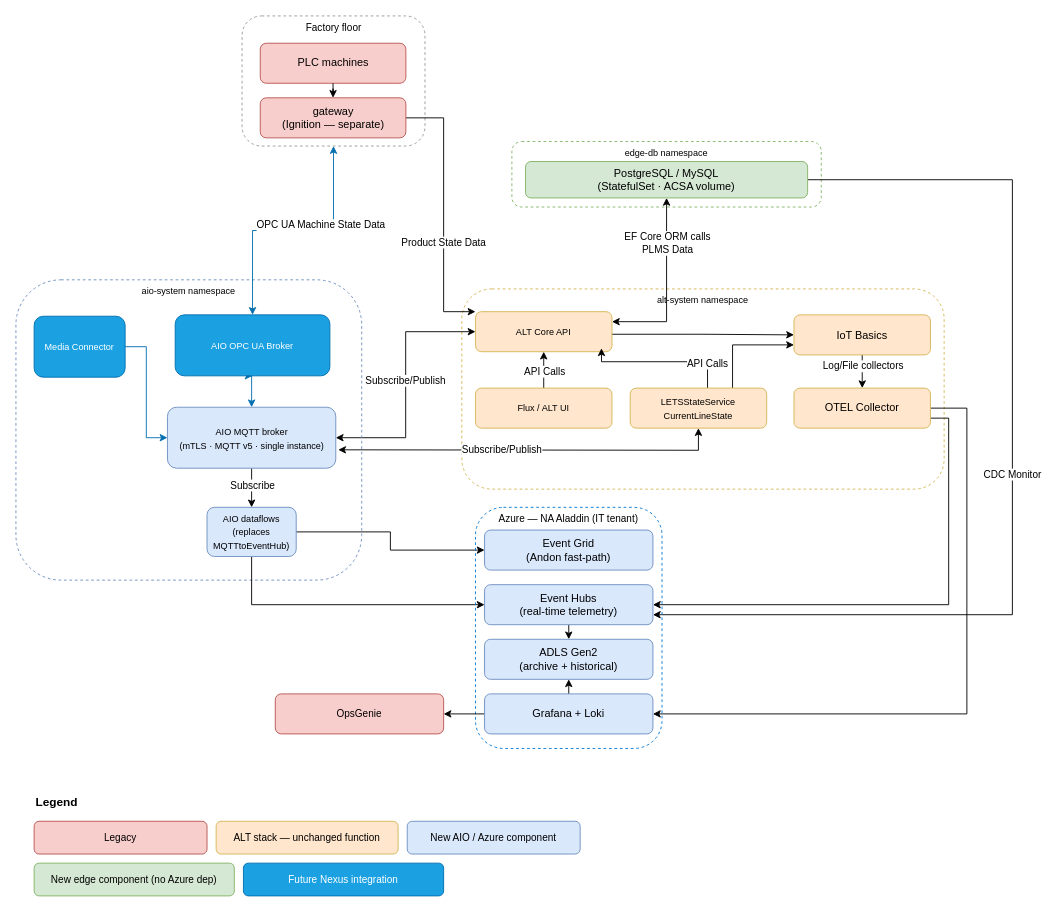
Before: page "Dataflow" (2 of 5) of aio/AIO.drawio in avinashr-insight/manufacturing-iot, a draw.io diagram. Source tidied: cells renumbered, new cells numbered last; positions are measured from the earlier drawing's top-left corner, leaving out a move shared by most shapes. Both pictures are drawn from the tidied source at 91%, with x=0, y=0 at pixel (15, 15).
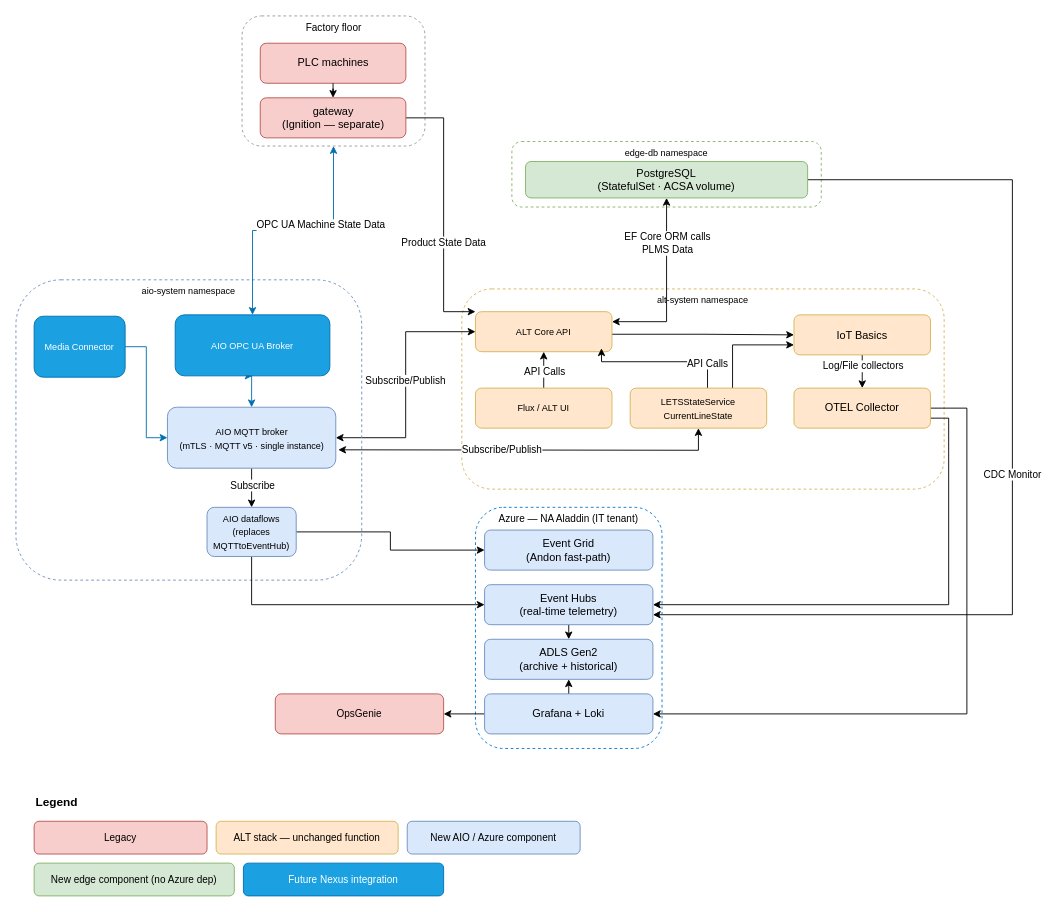
The same page after the edit.

Commit message (it also covers changes not shown here):
Removed reference to mysql

Diff of the diagram source:
```diff
@@
-    <mxCell id="21" value="PostgreSQL / MySQL&#10;(StatefulSet · ACSA volume)" style="rounded=1;whiteSpace=wrap;html=1;fillColor=#d5e8d4;strokeColor=#82b366;fontSize=12;" parent="1" vertex="1">
+    <mxCell id="21" value="PostgreSQL&lt;br&gt;(StatefulSet · ACSA volume)" style="rounded=1;whiteSpace=wrap;html=1;fillColor=#d5e8d4;strokeColor=#82b366;fontSize=12;" parent="1" vertex="1">
       <mxGeometry x="560" y="160" width="310" height="40" as="geometry" />
     </mxCell>
```
